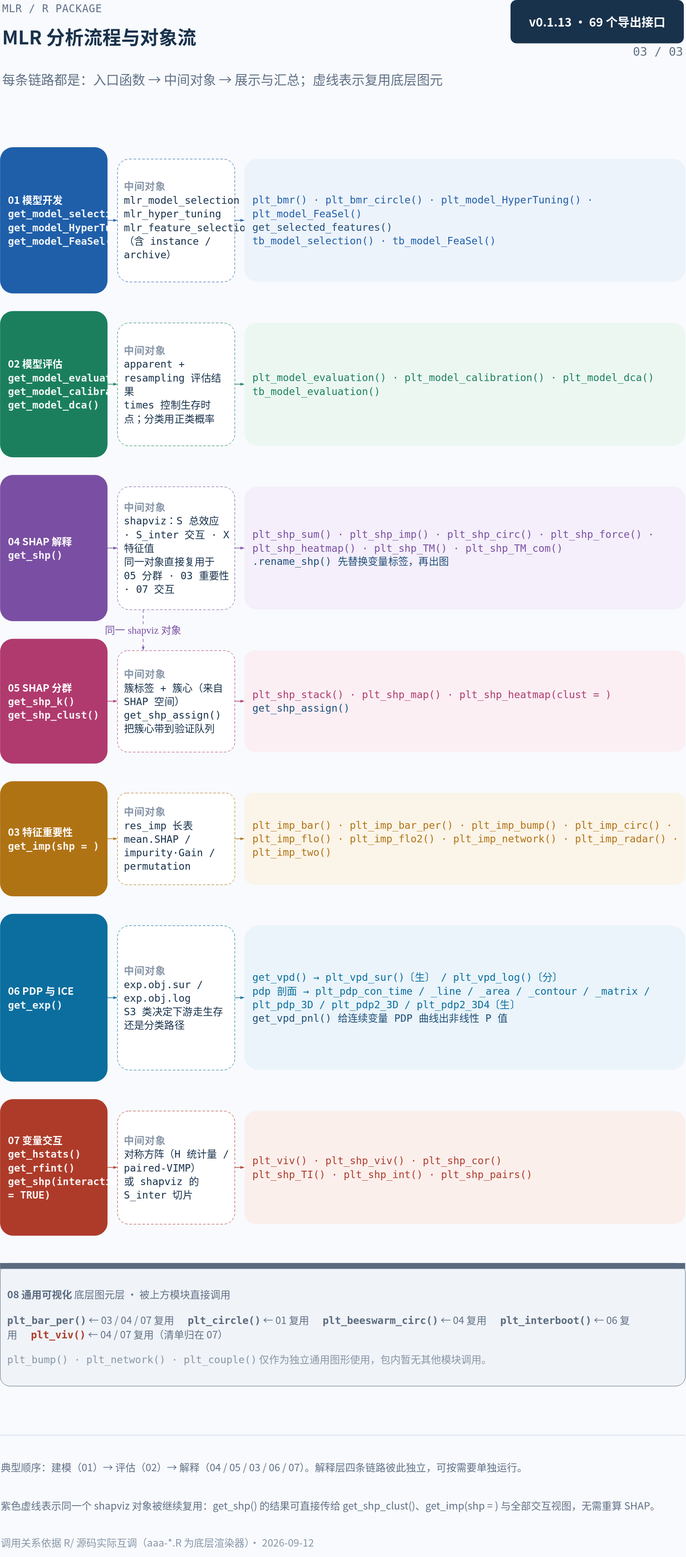
Earlier version of the draw.io export docs/assets/module-maps/mlr/mlr-package-mindmap-p3.drawio.svg (HUI950319/Rnotes). Source tidied: cells renumbered, new cells last; positions are measured from the earlier drawing's top-left corner, leaving out a move shared by most shapes.
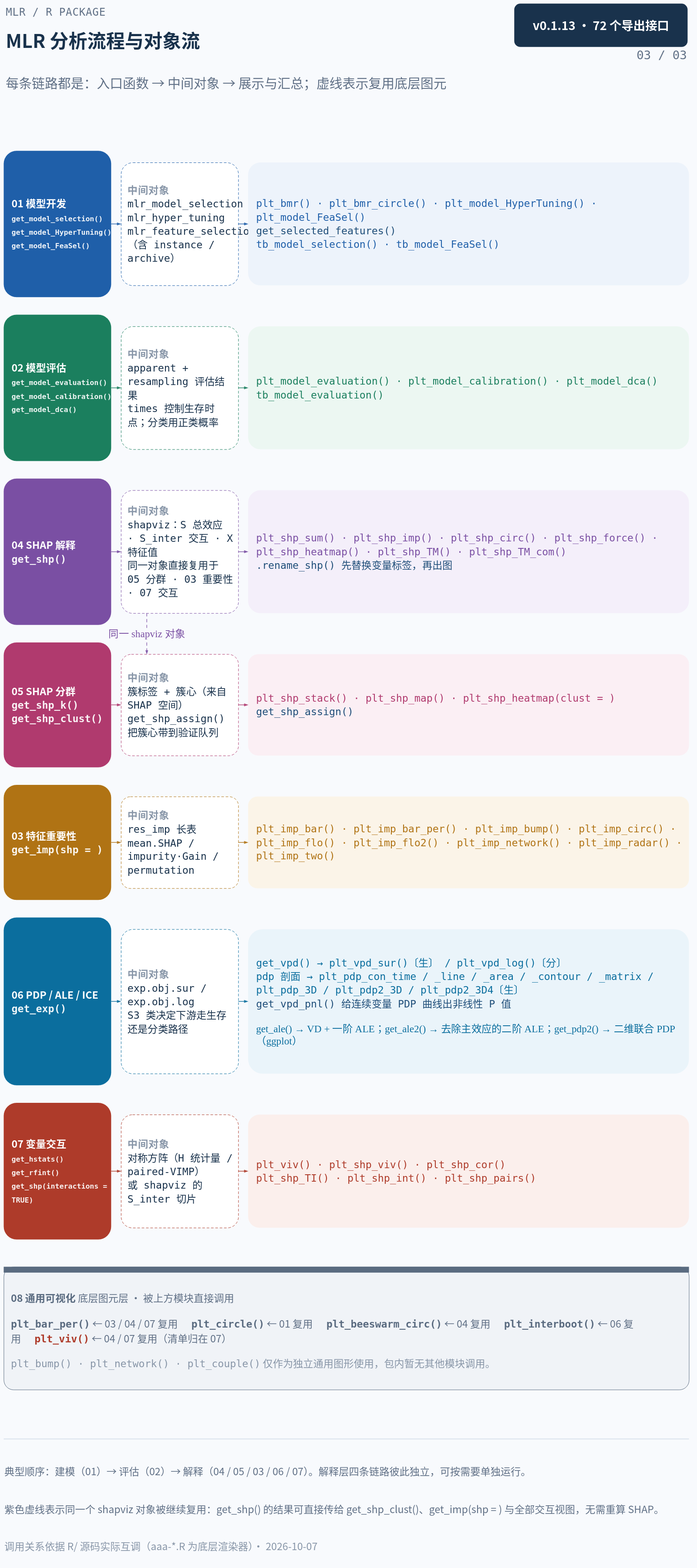
The same diagram one commit later.

Change to the diagram source:
```diff
@@ -13,3 +13,3 @@
     </mxCell>
-    <mxCell id="5" value="&lt;div style=&quot;overflow-wrap:anywhere;text-align:center;line-height:1.35;&quot;&gt;&lt;span style=&quot;font-family:'Microsoft YaHei','PingFang SC','Hiragino Sans GB','Noto Sans CJK SC',sans-serif;font-size:33px;color:#FFFFFF;font-weight:700&quot;&gt;v0.1.13 · 69 个导出接口&lt;/span&gt;&lt;/div&gt;" style="rounded=1;arcSize=14;whiteSpace=wrap;html=1;fillColor=#19324C;strokeColor=none;fontFamily=Microsoft YaHei;fontSize=33;fontColor=#FFFFFF;align=center;verticalAlign=middle;fontStyle=1;" parent="1" vertex="1">
+    <mxCell id="5" value="&lt;div style=&quot;overflow-wrap:anywhere;text-align:center;line-height:1.35;&quot;&gt;&lt;span style=&quot;font-family:'Microsoft YaHei','PingFang SC','Hiragino Sans GB','Noto Sans CJK SC',sans-serif;font-size:33px;color:#FFFFFF;font-weight:700&quot;&gt;v0.1.13 · 72 个导出接口&lt;/span&gt;&lt;/div&gt;" style="rounded=1;arcSize=14;whiteSpace=wrap;html=1;fillColor=#19324C;strokeColor=none;fontFamily=Microsoft YaHei;fontSize=33;fontColor=#FFFFFF;align=center;verticalAlign=middle;fontStyle=1;" parent="1" vertex="1">
       <mxGeometry x="1414" width="480" height="120" as="geometry" />
@@ -19,3 +19,3 @@
     </mxCell>
-    <mxCell id="7" value="&lt;div style=&quot;overflow-wrap:anywhere;text-align:left;line-height:1.35;&quot;&gt;&lt;span style=&quot;font-family:'Microsoft YaHei','PingFang SC','Hiragino Sans GB','Noto Sans CJK SC',sans-serif;font-size:28px;color:#FFFFFF;font-weight:700&quot;&gt;01 模型开发&lt;/span&gt;&lt;/div&gt;&lt;div style=&quot;text-align:left;line-height:1.35;&quot;&gt;&lt;span style=&quot;font-family:Consolas,'SF Mono',Menlo,'DejaVu Sans Mono',monospace;font-size:28px;color:#FFFFFFEE;font-weight:700&quot;&gt;get_model_selection()&lt;/span&gt;&lt;/div&gt;&lt;div style=&quot;text-align:left;line-height:1.35;&quot;&gt;&lt;span style=&quot;font-family:Consolas,'SF Mono',Menlo,'DejaVu Sans Mono',monospace;font-size:28px;color:#FFFFFFEE;font-weight:700&quot;&gt;get_model_HyperTuning()&lt;/span&gt;&lt;/div&gt;&lt;div style=&quot;text-align:left;line-height:1.35;&quot;&gt;&lt;span style=&quot;font-family:Consolas,'SF Mono',Menlo,'DejaVu Sans Mono',monospace;font-size:28px;color:#FFFFFFEE;font-weight:700&quot;&gt;get_model_FeaSel()&lt;/span&gt;&lt;/div&gt;" style="rounded=1;arcSize=12;whiteSpace=wrap;html=1;fillColor=#1F5FA9;strokeColor=none;fontFamily=Microsoft YaHei;fontSize=28;fontColor=#FFFFFF;align=left;verticalAlign=middle;spacingLeft=20;fontStyle=1;" parent="1" vertex="1">
+    <mxCell id="7" value="&lt;div style=&quot;overflow-wrap:anywhere;text-align:left;line-height:1.35;&quot;&gt;&lt;span style=&quot;font-family:'Microsoft YaHei','PingFang SC','Hiragino Sans GB','Noto Sans CJK SC',sans-serif;font-size:28px;color:#FFFFFF;font-weight:700&quot;&gt;01 模型开发&lt;/span&gt;&lt;/div&gt;&lt;div style=&quot;text-align:left;line-height:1.35;&quot;&gt;&lt;span style=&quot;font-family:Consolas,'SF Mono',Menlo,'DejaVu Sans Mono',monospace;font-size:20px;color:#FFFFFFEE;font-weight:700&quot;&gt;get_model_selection()&lt;/span&gt;&lt;/div&gt;&lt;div style=&quot;text-align:left;line-height:1.35;&quot;&gt;&lt;span style=&quot;font-family:Consolas,'SF Mono',Menlo,'DejaVu Sans Mono',monospace;font-size:20px;color:#FFFFFFEE;font-weight:700&quot;&gt;get_model_HyperTuning()&lt;/span&gt;&lt;/div&gt;&lt;div style=&quot;text-align:left;line-height:1.35;&quot;&gt;&lt;span style=&quot;font-family:Consolas,'SF Mono',Menlo,'DejaVu Sans Mono',monospace;font-size:20px;color:#FFFFFFEE;font-weight:700&quot;&gt;get_model_FeaSel()&lt;/span&gt;&lt;/div&gt;" style="rounded=1;arcSize=12;whiteSpace=wrap;html=1;fillColor=#1F5FA9;strokeColor=none;fontFamily=Microsoft YaHei;fontSize=28;fontColor=#FFFFFF;align=left;verticalAlign=middle;spacingLeft=20;fontStyle=1;" parent="1" vertex="1">
       <mxGeometry x="0.2" y="407.4" width="297.6" height="405" as="geometry" />
@@ -34,3 +34,3 @@
     </mxCell>
-    <mxCell id="12" value="&lt;div style=&quot;overflow-wrap:anywhere;text-align:left;line-height:1.35;&quot;&gt;&lt;span style=&quot;font-family:'Microsoft YaHei','PingFang SC','Hiragino Sans GB','Noto Sans CJK SC',sans-serif;font-size:28px;color:#FFFFFF;font-weight:700&quot;&gt;02 模型评估&lt;/span&gt;&lt;/div&gt;&lt;div style=&quot;text-align:left;line-height:1.35;&quot;&gt;&lt;span style=&quot;font-family:Consolas,'SF Mono',Menlo,'DejaVu Sans Mono',monospace;font-size:28px;color:#FFFFFFEE;font-weight:700&quot;&gt;get_model_evaluation()&lt;/span&gt;&lt;/div&gt;&lt;div style=&quot;text-align:left;line-height:1.35;&quot;&gt;&lt;span style=&quot;font-family:Consolas,'SF Mono',Menlo,'DejaVu Sans Mono',monospace;font-size:28px;color:#FFFFFFEE;font-weight:700&quot;&gt;get_model_calibration()&lt;/span&gt;&lt;/div&gt;&lt;div style=&quot;text-align:left;line-height:1.35;&quot;&gt;&lt;span style=&quot;font-family:Consolas,'SF Mono',Menlo,'DejaVu Sans Mono',monospace;font-size:28px;color:#FFFFFFEE;font-weight:700&quot;&gt;get_model_dca()&lt;/span&gt;&lt;/div&gt;" style="rounded=1;arcSize=12;whiteSpace=wrap;html=1;fillColor=#1B7F5E;strokeColor=none;fontFamily=Microsoft YaHei;fontSize=28;fontColor=#FFFFFF;align=left;verticalAlign=middle;spacingLeft=20;fontStyle=1;" parent="1" vertex="1">
+    <mxCell id="12" value="&lt;div style=&quot;overflow-wrap:anywhere;text-align:left;line-height:1.35;&quot;&gt;&lt;span style=&quot;font-family:'Microsoft YaHei','PingFang SC','Hiragino Sans GB','Noto Sans CJK SC',sans-serif;font-size:28px;color:#FFFFFF;font-weight:700&quot;&gt;02 模型评估&lt;/span&gt;&lt;/div&gt;&lt;div style=&quot;text-align:left;line-height:1.35;&quot;&gt;&lt;span style=&quot;font-family:Consolas,'SF Mono',Menlo,'DejaVu Sans Mono',monospace;font-size:20px;color:#FFFFFFEE;font-weight:700&quot;&gt;get_model_evaluation()&lt;/span&gt;&lt;/div&gt;&lt;div style=&quot;text-align:left;line-height:1.35;&quot;&gt;&lt;span style=&quot;font-family:Consolas,'SF Mono',Menlo,'DejaVu Sans Mono',monospace;font-size:20px;color:#FFFFFFEE;font-weight:700&quot;&gt;get_model_calibration()&lt;/span&gt;&lt;/div&gt;&lt;div style=&quot;text-align:left;line-height:1.35;&quot;&gt;&lt;span style=&quot;font-family:Consolas,'SF Mono',Menlo,'DejaVu Sans Mono',monospace;font-size:20px;color:#FFFFFFEE;font-weight:700&quot;&gt;get_model_dca()&lt;/span&gt;&lt;/div&gt;" style="rounded=1;arcSize=12;whiteSpace=wrap;html=1;fillColor=#1B7F5E;strokeColor=none;fontFamily=Microsoft YaHei;fontSize=28;fontColor=#FFFFFF;align=left;verticalAlign=middle;spacingLeft=20;fontStyle=1;" parent="1" vertex="1">
       <mxGeometry x="0.2" y="861" width="297.6" height="405" as="geometry" />
@@ -94,3 +94,3 @@
     </mxCell>
-    <mxCell id="32" value="&lt;div style=&quot;overflow-wrap:anywhere;text-align:left;line-height:1.35;&quot;&gt;&lt;span style=&quot;font-family:'Microsoft YaHei','PingFang SC','Hiragino Sans GB','Noto Sans CJK SC',sans-serif;font-size:28px;color:#FFFFFF;font-weight:700&quot;&gt;06 PDP 与 ICE&lt;/span&gt;&lt;/div&gt;&lt;div style=&quot;text-align:left;line-height:1.35;&quot;&gt;&lt;span style=&quot;font-family:Consolas,'SF Mono',Menlo,'DejaVu Sans Mono',monospace;font-size:28px;color:#FFFFFFEE;font-weight:700&quot;&gt;get_exp()&lt;/span&gt;&lt;/div&gt;" style="rounded=1;arcSize=12;whiteSpace=wrap;html=1;fillColor=#0B6E9E;strokeColor=none;fontFamily=Microsoft YaHei;fontSize=28;fontColor=#FFFFFF;align=left;verticalAlign=middle;spacingLeft=20;fontStyle=1;" parent="1" vertex="1">
+    <mxCell id="32" value="&lt;div style=&quot;overflow-wrap:anywhere;text-align:left;line-height:1.35;&quot;&gt;&lt;span style=&quot;font-family:'Microsoft YaHei','PingFang SC','Hiragino Sans GB','Noto Sans CJK SC',sans-serif;font-size:28px;color:#FFFFFF;font-weight:700&quot;&gt;06 PDP / ALE / ICE&lt;/span&gt;&lt;/div&gt;&lt;div style=&quot;text-align:left;line-height:1.35;&quot;&gt;&lt;span style=&quot;font-family:Consolas,'SF Mono',Menlo,'DejaVu Sans Mono',monospace;font-size:28px;color:#FFFFFFEE;font-weight:700&quot;&gt;get_exp()&lt;/span&gt;&lt;/div&gt;" style="rounded=1;arcSize=12;whiteSpace=wrap;html=1;fillColor=#0B6E9E;strokeColor=none;fontFamily=Microsoft YaHei;fontSize=28;fontColor=#FFFFFF;align=left;verticalAlign=middle;spacingLeft=20;fontStyle=1;" parent="1" vertex="1">
       <mxGeometry x="0.2" y="2529.6" width="297.6" height="464.4" as="geometry" />
@@ -100,3 +100,3 @@
     </mxCell>
-    <mxCell id="34" value="&lt;div style=&quot;overflow-wrap:anywhere;text-align:left;line-height:1.35;&quot;&gt;&lt;span style=&quot;font-family:Consolas,'SF Mono',Menlo,'DejaVu Sans Mono',monospace;font-size:28px;color:#0B6E9E;font-weight:400&quot;&gt;get_vpd() → plt_vpd_sur()〔生〕 / plt_vpd_log()〔分〕&lt;/span&gt;&lt;/div&gt;&lt;div style=&quot;text-align:left;line-height:1.35;&quot;&gt;&lt;span style=&quot;font-family:Consolas,'SF Mono',Menlo,'DejaVu Sans Mono',monospace;font-size:28px;color:#0B6E9E;font-weight:400&quot;&gt;pdp 剖面 → plt_pdp_con_time / _line / _area / _contour / _matrix / plt_pdp_3D / plt_pdp2_3D / plt_pdp2_3D4〔生〕&lt;/span&gt;&lt;/div&gt;&lt;div style=&quot;text-align:left;line-height:1.35;&quot;&gt;&lt;span style=&quot;font-family:Consolas,'SF Mono',Menlo,'DejaVu Sans Mono',monospace;font-size:28px;color:#1F4E79;font-weight:400&quot;&gt;get_vpd_pnl() 给连续变量 PDP 曲线出非线性 P 值&lt;/span&gt;&lt;/div&gt;" style="rounded=1;arcSize=10;whiteSpace=wrap;html=1;fillColor=#EAF4FA;strokeColor=none;fontFamily=Consolas;fontSize=28;fontColor=#0B6E9E;align=left;verticalAlign=middle;spacingLeft=20;spacingRight=16;" parent="1" vertex="1">
+    <mxCell id="34" value="&lt;div style=&quot;overflow-wrap:anywhere;text-align:left;line-height:1.35;&quot;&gt;&lt;span style=&quot;font-family:Consolas,'SF Mono',Menlo,'DejaVu Sans Mono',monospace;font-size:28px;color:#0B6E9E;font-weight:400&quot;&gt;get_vpd() → plt_vpd_sur()〔生〕 / plt_vpd_log()〔分〕&lt;/span&gt;&lt;/div&gt;&lt;div style=&quot;text-align:left;line-height:1.35;&quot;&gt;&lt;span style=&quot;font-family:Consolas,'SF Mono',Menlo,'DejaVu Sans Mono',monospace;font-size:28px;color:#0B6E9E;font-weight:400&quot;&gt;pdp 剖面 → plt_pdp_con_time / _line / _area / _contour / _matrix / plt_pdp_3D / plt_pdp2_3D / plt_pdp2_3D4〔生〕&lt;/span&gt;&lt;/div&gt;&lt;div style=&quot;text-align:left;line-height:1.35;&quot;&gt;&lt;span style=&quot;font-family:Consolas,'SF Mono',Menlo,'DejaVu Sans Mono',monospace;font-size:28px;color:#1F4E79;font-weight:400&quot;&gt;get_vpd_pnl() 给连续变量 PDP 曲线出非线性 P 值&lt;/span&gt;&lt;/div&gt;&lt;br&gt;&lt;span style=&quot;font-size:28px&quot;&gt;get_ale() → VD + 一阶 ALE；get_ale2() → 去除主效应的二阶 ALE；get_pdp2() → 二维联合 PDP（ggplot）&lt;/span&gt;" style="rounded=1;arcSize=10;whiteSpace=wrap;html=1;fillColor=#EAF4FA;strokeColor=none;fontFamily=Consolas;fontSize=28;fontColor=#0B6E9E;align=left;verticalAlign=middle;spacingLeft=20;spacingRight=16;" parent="1" vertex="1">
       <mxGeometry x="677" y="2562" width="1220.8" height="399.6" as="geometry" />
@@ -109,3 +109,3 @@
     </mxCell>
-    <mxCell id="37" value="&lt;div style=&quot;overflow-wrap:anywhere;text-align:left;line-height:1.35;&quot;&gt;&lt;span style=&quot;font-family:'Microsoft YaHei','PingFang SC','Hiragino Sans GB','Noto Sans CJK SC',sans-serif;font-size:28px;color:#FFFFFF;font-weight:700&quot;&gt;07 变量交互&lt;/span&gt;&lt;/div&gt;&lt;div style=&quot;text-align:left;line-height:1.35;&quot;&gt;&lt;span style=&quot;font-family:Consolas,'SF Mono',Menlo,'DejaVu Sans Mono',monospace;font-size:28px;color:#FFFFFFEE;font-weight:700&quot;&gt;get_hstats()&lt;/span&gt;&lt;/div&gt;&lt;div style=&quot;text-align:left;line-height:1.35;&quot;&gt;&lt;span style=&quot;font-family:Consolas,'SF Mono',Menlo,'DejaVu Sans Mono',monospace;font-size:28px;color:#FFFFFFEE;font-weight:700&quot;&gt;get_rfint()&lt;/span&gt;&lt;/div&gt;&lt;div style=&quot;text-align:left;line-height:1.35;&quot;&gt;&lt;span style=&quot;font-family:Consolas,'SF Mono',Menlo,'DejaVu Sans Mono',monospace;font-size:28px;color:#FFFFFFEE;font-weight:700&quot;&gt;get_shp(interactions = TRUE)&lt;/span&gt;&lt;/div&gt;" style="rounded=1;arcSize=12;whiteSpace=wrap;html=1;fillColor=#AE3B2A;strokeColor=none;fontFamily=Microsoft YaHei;fontSize=28;fontColor=#FFFFFF;align=left;verticalAlign=middle;spacingLeft=20;fontStyle=1;" parent="1" vertex="1">
+    <mxCell id="37" value="&lt;div style=&quot;overflow-wrap:anywhere;text-align:left;line-height:1.35;&quot;&gt;&lt;span style=&quot;font-family:'Microsoft YaHei','PingFang SC','Hiragino Sans GB','Noto Sans CJK SC',sans-serif;font-size:28px;color:#FFFFFF;font-weight:700&quot;&gt;07 变量交互&lt;/span&gt;&lt;/div&gt;&lt;div style=&quot;text-align:left;line-height:1.35;&quot;&gt;&lt;span style=&quot;font-family:Consolas,'SF Mono',Menlo,'DejaVu Sans Mono',monospace;font-size:20px;color:#FFFFFFEE;font-weight:700&quot;&gt;get_hstats()&lt;/span&gt;&lt;/div&gt;&lt;div style=&quot;text-align:left;line-height:1.35;&quot;&gt;&lt;span style=&quot;font-family:Consolas,'SF Mono',Menlo,'DejaVu Sans Mono',monospace;font-size:20px;color:#FFFFFFEE;font-weight:700&quot;&gt;get_rfint()&lt;/span&gt;&lt;/div&gt;&lt;div style=&quot;text-align:left;line-height:1.35;&quot;&gt;&lt;span style=&quot;font-family:Consolas,'SF Mono',Menlo,'DejaVu Sans Mono',monospace;font-size:20px;color:#FFFFFFEE;font-weight:700&quot;&gt;get_shp(interactions = TRUE)&lt;/span&gt;&lt;/div&gt;" style="rounded=1;arcSize=12;whiteSpace=wrap;html=1;fillColor=#AE3B2A;strokeColor=none;fontFamily=Microsoft YaHei;fontSize=28;fontColor=#FFFFFF;align=left;verticalAlign=middle;spacingLeft=20;fontStyle=1;" parent="1" vertex="1">
       <mxGeometry x="0.2" y="3042.6" width="297.6" height="378" as="geometry" />
@@ -151,3 +151,3 @@
     </mxCell>
-    <mxCell id="51" value="&lt;div style=&quot;overflow-wrap:anywhere;text-align:left;line-height:1.35;&quot;&gt;&lt;span style=&quot;font-family:'Microsoft YaHei','PingFang SC','Hiragino Sans GB','Noto Sans CJK SC',sans-serif;font-size:28px;color:#8896A8;font-weight:400&quot;&gt;调用关系依据 R/ 源码实际互调（aaa-*.R 为底层渲染器）· 2026-09-12&lt;/span&gt;&lt;/div&gt;" style="text=1;html=1;whiteSpace=wrap;strokeColor=none;fillColor=none;align=left;verticalAlign=middle;fontFamily=Microsoft YaHei;fontSize=28;fontColor=#8896A8;" parent="1" vertex="1">
+    <mxCell id="51" value="&lt;div style=&quot;overflow-wrap:anywhere;text-align:left;line-height:1.35;&quot;&gt;&lt;span style=&quot;font-family:'Microsoft YaHei','PingFang SC','Hiragino Sans GB','Noto Sans CJK SC',sans-serif;font-size:28px;color:#8896A8;font-weight:400&quot;&gt;调用关系依据 R/ 源码实际互调（aaa-*.R 为底层渲染器）· 2026-10-07&lt;/span&gt;&lt;/div&gt;" style="text=1;html=1;whiteSpace=wrap;strokeColor=none;fillColor=none;align=left;verticalAlign=middle;fontFamily=Microsoft YaHei;fontSize=28;fontColor=#8896A8;" parent="1" vertex="1">
       <mxGeometry x="0.2" y="4230.6" width="1880" height="78.3" as="geometry" />
```
